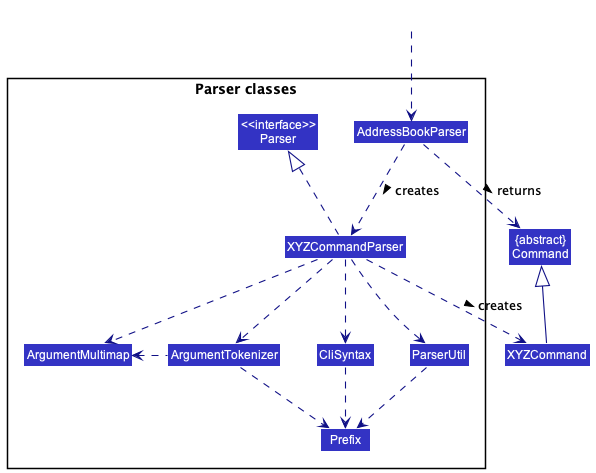
Earlier version of the PlantUML export docs/images/ParserClasses.png (nus-cs2103-AY2223S1/tp).
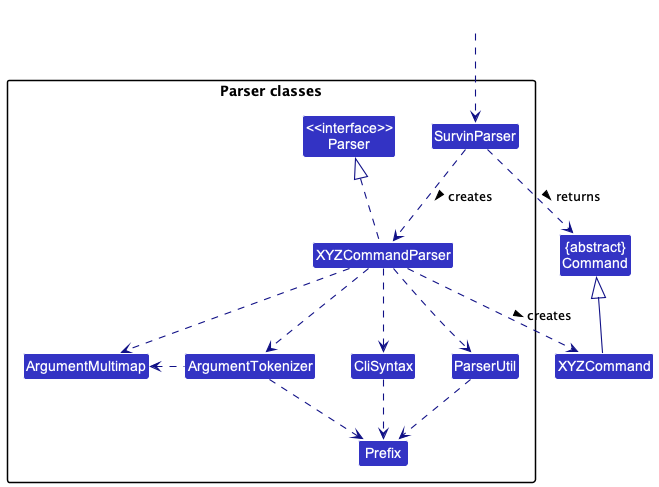
After the commit.

Diff of the diagram source:
```diff
@@ -9,7 +9,7 @@
 
 package "Parser classes"{
 Class "<<interface>>\nParser" as Parser
-Class AddressBookParser
+Class SurvinParser
 Class XYZCommandParser
 Class CliSyntax
 Class ParserUtil
@@ -19,12 +19,12 @@
 }
 
 Class HiddenOutside #FFFFFF
-HiddenOutside ..> AddressBookParser
+HiddenOutside ..> SurvinParser
 
-AddressBookParser .down.> XYZCommandParser: creates >
+SurvinParser .down.> XYZCommandParser: creates >
 
 XYZCommandParser ..> XYZCommand : creates >
-AddressBookParser ..> Command : returns >
+SurvinParser ..> Command : returns >
 XYZCommandParser .up.|> Parser
 XYZCommandParser ..> ArgumentMultimap
 XYZCommandParser ..> ArgumentTokenizer
```
